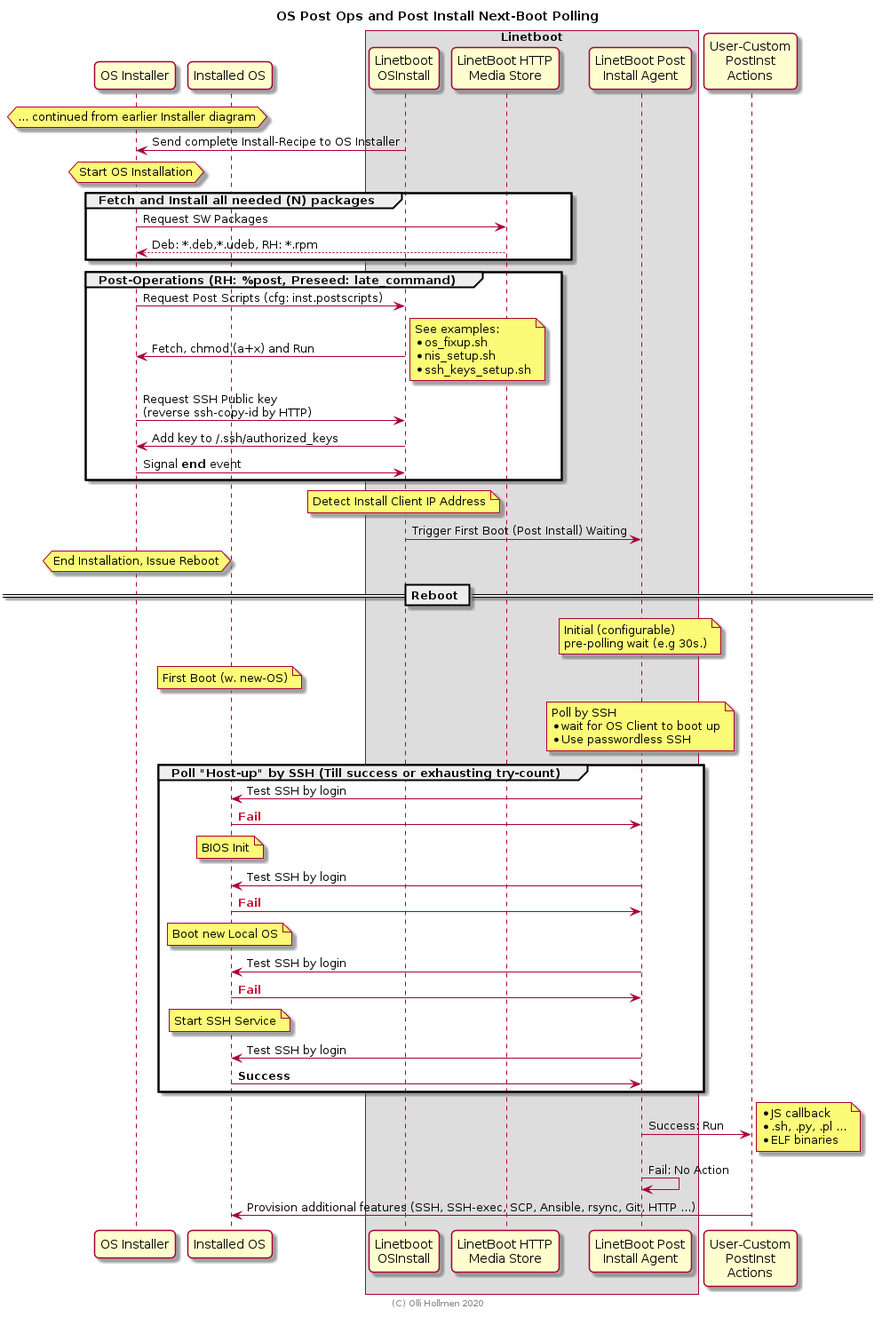
The PlantUML diagram doc/postinstall.png in ohollmen/linetboot, before a commit.
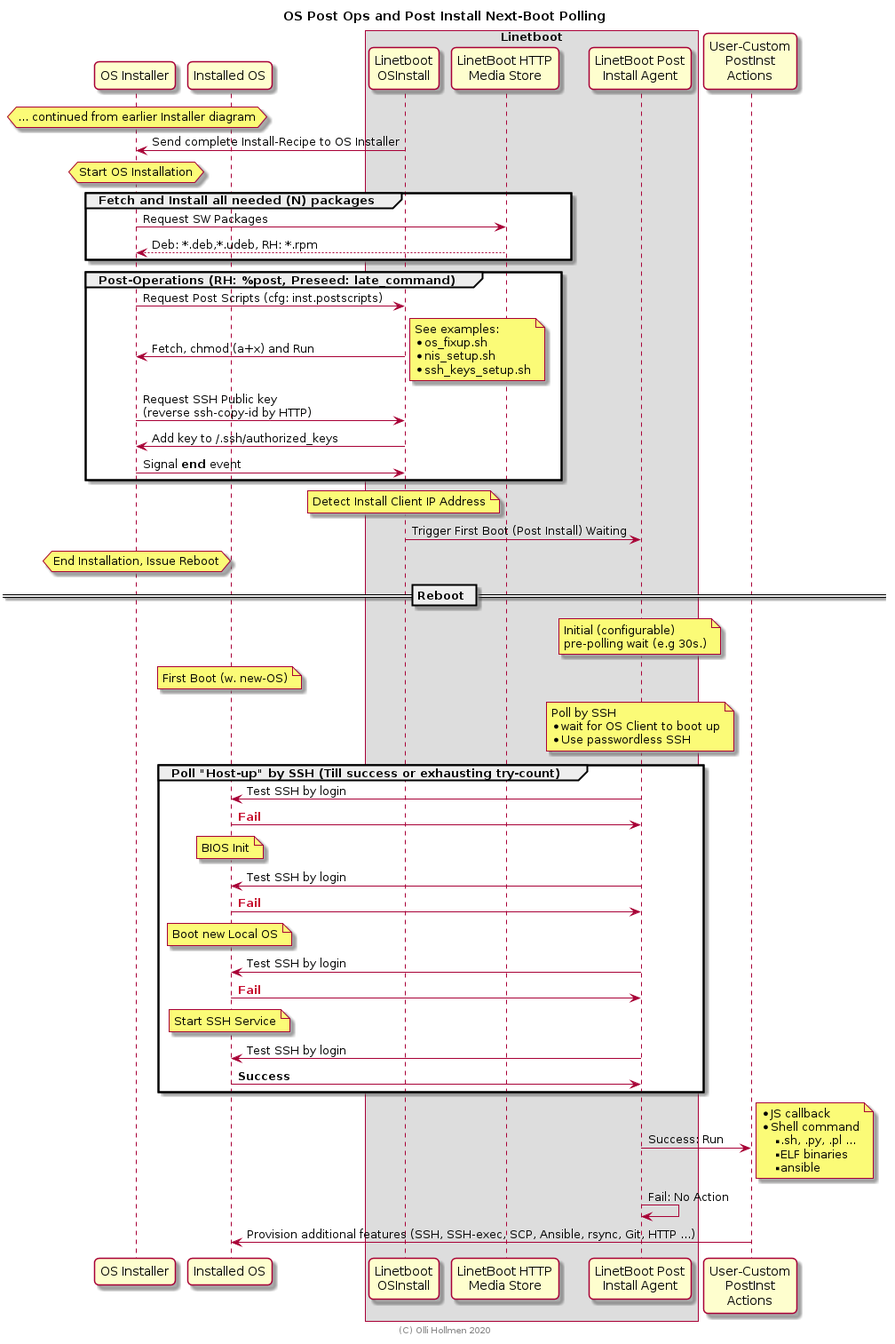
After the commit.

Diff of the diagram source:
```diff
@@ -76,7 +76,7 @@
 
 
 pi -> exec: Success: Run
-note right: * JS callback\n* .sh, .py, .pl ...\n* ELF binaries
+note right: * JS callback\n*Shell command\n** .sh, .py, .pl ...\n** ELF binaries\n**ansible
 pi -> pi: Fail: No Action
 
 
```
